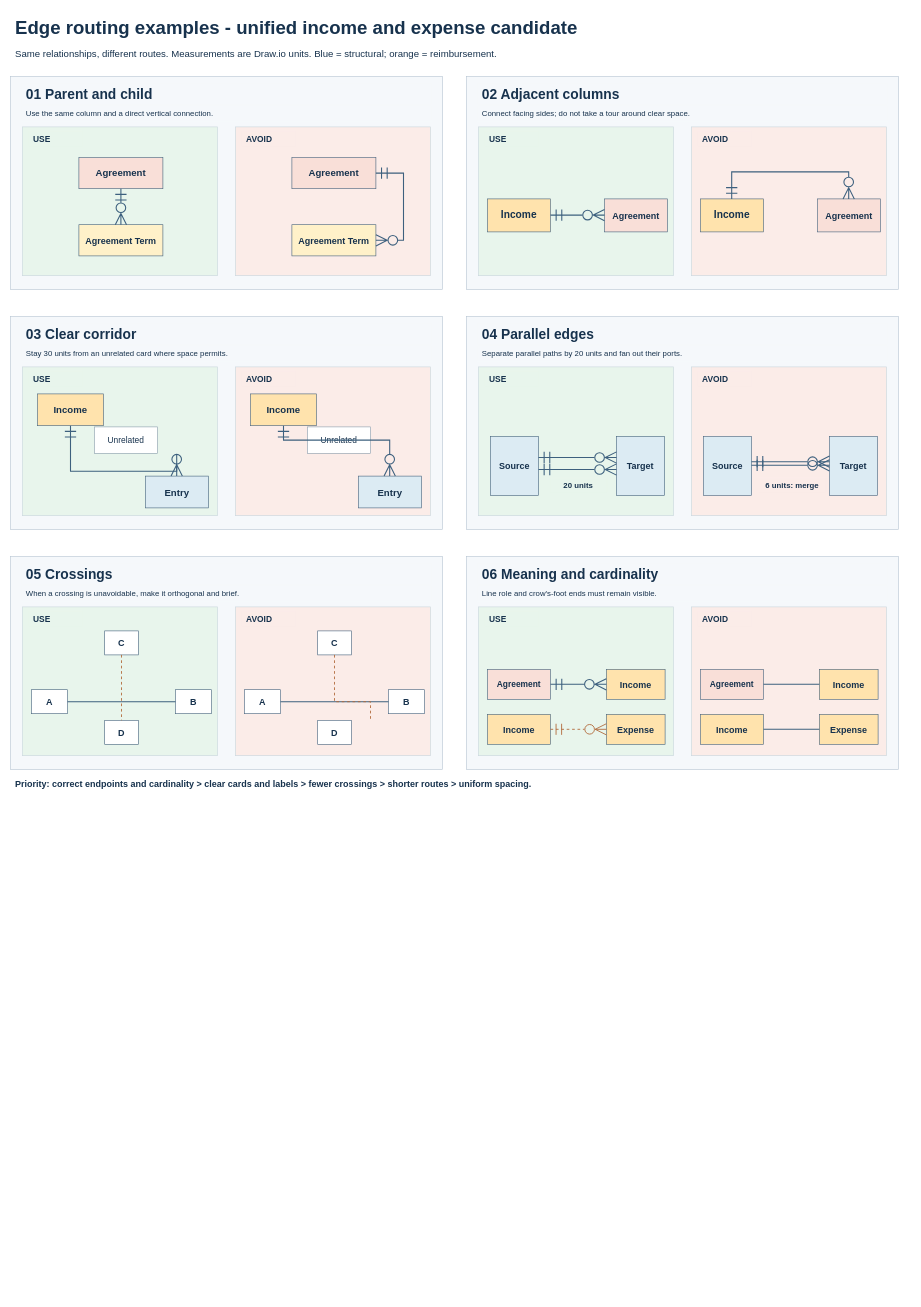
Before: projects/financial-workspace/exp-model/relationships/edge-style-examples.drawio in amadou-6e/specs, a draw.io diagram. Source tidied: cells renumbered, new cells numbered last; positions are measured from the earlier drawing's top-left corner, leaving out a move shared by most shapes. Both pictures are drawn from the tidied source at 60%, with x=0, y=0 at pixel (10, 10).
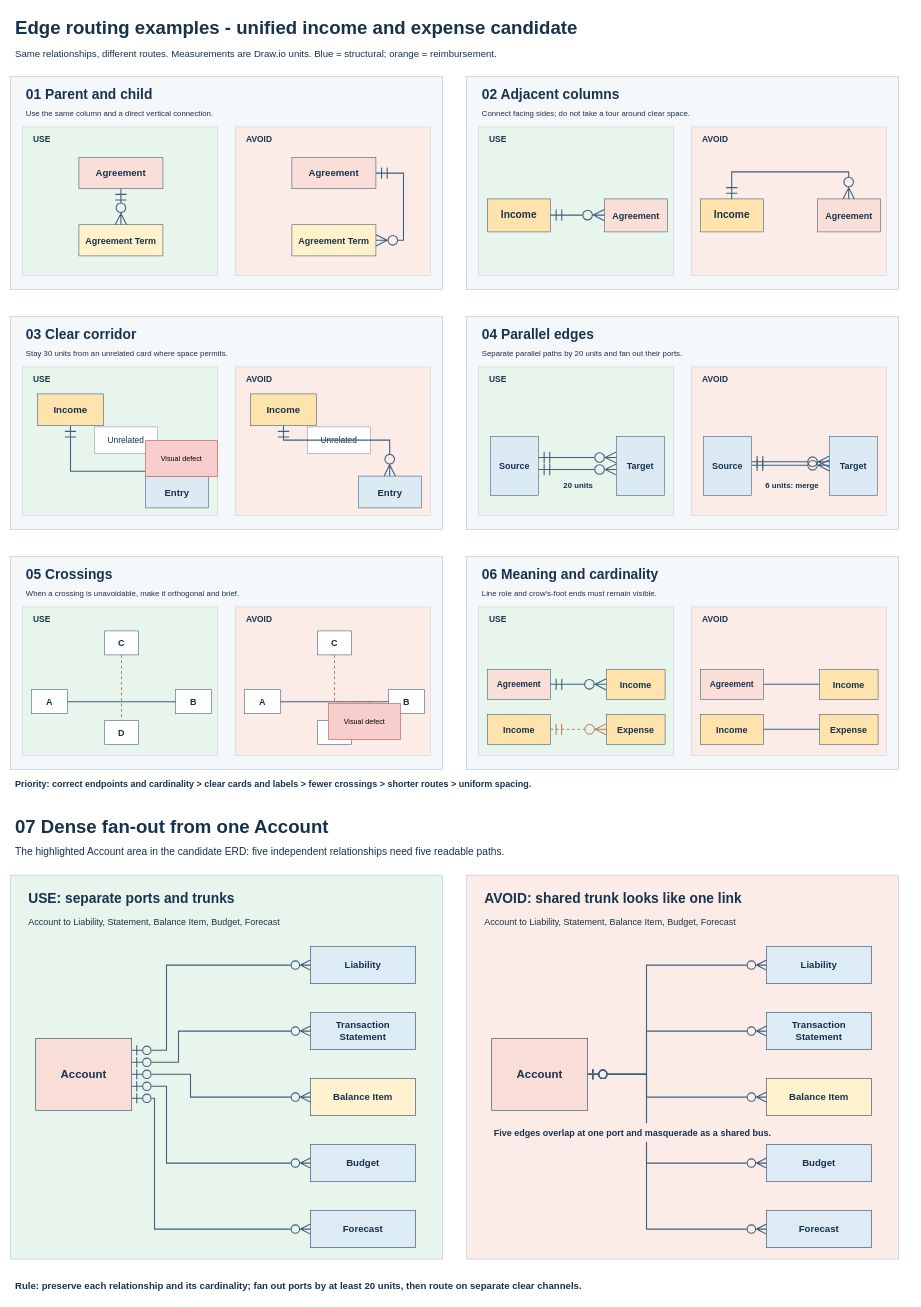
After the change.

Commit message (it also covers changes not shown here):
Consolidate edge examples into annotated Drawio

Change to the diagram source:
```diff
@@
+    <mxCell id="101" value="Visual defect" style="rounded=0;whiteSpace=wrap;html=1;fillColor=#f8cecc;strokeColor=#b85450;" parent="1" vertex="1">
+      <mxGeometry x="225" y="717" width="120" height="60" as="geometry" />
+    </mxCell>
+    <mxCell id="102" value="Visual defect" style="rounded=0;whiteSpace=wrap;html=1;fillColor=#f8cecc;strokeColor=#b85450;" parent="1" vertex="1">
+      <mxGeometry x="530" y="1155" width="120" height="60" as="geometry" />
+    </mxCell>
+    <mxCell id="103" value="07  Dense fan-out from one Account" style="rounded=0;whiteSpace=wrap;html=1;fillColor=#FFFFFF;strokeColor=#FFFFFF;fontColor=#17324D;fontSize=31;fontStyle=1;align=left;verticalAlign=middle;spacing=8;" parent="1" vertex="1">
+      <mxGeometry y="1335" width="1500" height="52" as="geometry" />
+    </mxCell>
+    <mxCell id="104" value="The highlighted Account area in the candidate ERD: five independent relationships need five readable paths." style="rounded=0;whiteSpace=wrap;html=1;fillColor=#FFFFFF;strokeColor=#FFFFFF;fontColor=#17324D;fontSize=17;fontStyle=0;align=left;verticalAlign=middle;spacing=8;" parent="1" vertex="1">
+      <mxGeometry y="1387" width="1500" height="31" as="geometry" />
+    </mxCell>
+    <mxCell id="105" style="rounded=0;whiteSpace=wrap;html=1;fillColor=#E8F5EC;strokeColor=#B8C9D4;fontColor=#17324D;fontSize=12;fontStyle=0;align=center;verticalAlign=middle;spacing=8;" parent="1" vertex="1">
+      <mxGeometry y="1441" width="720" height="640" as="geometry" />
+    </mxCell>
+    <mxCell id="106" value="USE: separate ports and trunks" style="rounded=0;whiteSpace=wrap;html=1;fillColor=#E8F5EC;strokeColor=#E8F5EC;fontColor=#17324D;fontSize=23;fontStyle=1;align=left;verticalAlign=middle;spacing=8;" parent="1" vertex="1">
+      <mxGeometry x="22" y="1461" width="675" height="38" as="geometry" />
+    </mxCell>
+    <mxCell id="107" value="Account to Liability, Statement, Balance Item, Budget, Forecast" style="rounded=0;whiteSpace=wrap;html=1;fillColor=#E8F5EC;strokeColor=#E8F5EC;fontColor=#17324D;fontSize=15;fontStyle=0;align=left;verticalAlign=middle;spacing=8;" parent="1" vertex="1">
+      <mxGeometry x="22" y="1504" width="675" height="29" as="geometry" />
+    </mxCell>
+    <mxCell id="108" value="Account" style="rounded=0;whiteSpace=wrap;html=1;fillColor=#F9DDD7;strokeColor=#294968;fontColor=#17324D;fontSize=19;fontStyle=1;align=center;verticalAlign=middle;spacing=8;" parent="1" vertex="1">
+      <mxGeometry x="42" y="1713" width="160" height="120" as="geometry" />
+    </mxCell>
+    <mxCell id="109" value="Liability" style="rounded=0;whiteSpace=wrap;html=1;fillColor=#DDEBF4;strokeColor=#294968;fontColor=#17324D;fontSize=16;fontStyle=1;align=center;verticalAlign=middle;spacing=8;" parent="1" vertex="1">
+      <mxGeometry x="500" y="1560" width="175" height="62" as="geometry" />
+    </mxCell>
+    <mxCell id="110" value="Transaction Statement" style="rounded=0;whiteSpace=wrap;html=1;fillColor=#DDEBF4;strokeColor=#294968;fontColor=#17324D;fontSize=16;fontStyle=1;align=center;verticalAlign=middle;spacing=8;" parent="1" vertex="1">
+      <mxGeometry x="500" y="1670" width="175" height="62" as="geometry" />
+    </mxCell>
+    <mxCell id="111" value="Balance Item" style="rounded=0;whiteSpace=wrap;html=1;fillColor=#FFF2CE;strokeColor=#294968;fontColor=#17324D;fontSize=16;fontStyle=1;align=center;verticalAlign=middle;spacing=8;" parent="1" vertex="1">
+      <mxGeometry x="500" y="1780" width="175" height="62" as="geometry" />
+    </mxCell>
+    <mxCell id="112" value="Budget" style="rounded=0;whiteSpace=wrap;html=1;fillColor=#DDEBF4;strokeColor=#294968;fontColor=#17324D;fontSize=16;fontStyle=1;align=center;verticalAlign=middle;spacing=8;" parent="1" vertex="1">
+      <mxGeometry x="500" y="1890" width="175" height="62" as="geometry" />
+    </mxCell>
+    <mxCell id="113" value="Forecast" style="rounded=0;whiteSpace=wrap;html=1;fillColor=#DDEBF4;strokeColor=#294968;fontColor=#17324D;fontSize=16;fontStyle=1;align=center;verticalAlign=middle;spacing=8;" parent="1" vertex="1">
+      <mxGeometry x="500" y="2000" width="175" height="62" as="geometry" />
+    </mxCell>
+    <mxCell id="114" style="edgeStyle=segmentEdgeStyle;rounded=0;html=1;strokeColor=#3D607E;strokeWidth=1.8;startArrow=ERzeroToOne;endArrow=ERzeroToMany;startSize=14;endSize=14;startFill=0;endFill=0;" parent="1" edge="1">
+      <mxGeometry relative="1" as="geometry">
+        <mxPoint x="202" y="1733" as="sourcePoint" />
+        <mxPoint x="500" y="1591" as="targetPoint" />
+        <Array as="points">
+          <mxPoint x="260" y="1733" />
+          <mxPoint x="260" y="1591" />
+        </Array>
+      </mxGeometry>
+    </mxCell>
+    <mxCell id="115" style="edgeStyle=segmentEdgeStyle;rounded=0;html=1;strokeColor=#3D607E;strokeWidth=1.8;startArrow=ERzeroToOne;endArrow=ERzeroToMany;startSize=14;endSize=14;startFill=0;endFill=0;" parent="1" edge="1">
+      <mxGeometry relative="1" as="geometry">
+        <mxPoint x="202" y="1753" as="sourcePoint" />
+        <mxPoint x="500" y="1701" as="targetPoint" />
+        <Array as="points">
+          <mxPoint x="280" y="1753" />
+          <mxPoint x="280" y="1701" />
+        </Array>
+      </mxGeometry>
+    </mxCell>
+    <mxCell id="116" style="edgeStyle=segmentEdgeStyle;rounded=0;html=1;strokeColor=#3D607E;strokeWidth=1.8;startArrow=ERzeroToOne;endArrow=ERzeroToMany;startSize=14;endSize=14;startFill=0;endFill=0;" parent="1" edge="1">
+      <mxGeometry relative="1" as="geometry">
+        <mxPoint x="202" y="1773" as="sourcePoint" />
+        <mxPoint x="500" y="1811" as="targetPoint" />
+        <Array as="points">
+          <mxPoint x="300" y="1773" />
+          <mxPoint x="300" y="1811" />
+        </Array>
+      </mxGeometry>
+    </mxCell>
+    <mxCell id="117" style="edgeStyle=segmentEdgeStyle;rounded=0;html=1;strokeColor=#3D607E;strokeWidth=1.8;startArrow=ERzeroToOne;endArrow=ERzeroToMany;startSize=14;endSize=14;startFill=0;endFill=0;" parent="1" edge="1">
+      <mxGeometry relative="1" as="geometry">
+        <mxPoint x="202" y="1793" as="sourcePoint" />
+        <mxPoint x="500" y="1921" as="targetPoint" />
+        <Array as="points">
+          <mxPoint x="260" y="1793" />
+          <mxPoint x="260" y="1921" />
+        </Array>
+      </mxGeometry>
+    </mxCell>
+    <mxCell id="118" style="edgeStyle=segmentEdgeStyle;rounded=0;html=1;strokeColor=#3D607E;strokeWidth=1.8;startArrow=ERzeroToOne;endArrow=ERzeroToMany;startSize=14;endSize=14;startFill=0;endFill=0;" parent="1" edge="1">
+      <mxGeometry relative="1" as="geometry">
+        <mxPoint x="202" y="1813" as="sourcePoint" />
+        <mxPoint x="500" y="2031" as="targetPoint" />
+        <Array as="points">
+          <mxPoint x="240" y="1813" />
+          <mxPoint x="240" y="2031" />
+        </Array>
+      </mxGeometry>
+    </mxCell>
+    <mxCell id="119" style="rounded=0;whiteSpace=wrap;html=1;fillColor=#FBECE8;strokeColor=#B8C9D4;fontColor=#17324D;fontSize=12;fontStyle=0;align=center;verticalAlign=middle;spacing=8;" parent="1" vertex="1">
+      <mxGeometry x="760" y="1441" width="720" height="640" as="geometry" />
+    </mxCell>
+    <mxCell id="120" value="AVOID: shared trunk looks like one link" style="rounded=0;whiteSpace=wrap;html=1;fillColor=#FBECE8;strokeColor=#FBECE8;fontColor=#17324D;fontSize=23;fontStyle=1;align=left;verticalAlign=middle;spacing=8;" parent="1" vertex="1">
+      <mxGeometry x="782" y="1461" width="675" height="38" as="geometry" />
+    </mxCell>
+    <mxCell id="121" value="Account to Liability, Statement, Balance Item, Budget, Forecast" style="rounded=0;whiteSpace=wrap;html=1;fillColor=#FBECE8;strokeColor=#FBECE8;fontColor=#17324D;fontSize=15;fontStyle=0;align=left;verticalAlign=middle;spacing=8;" parent="1" vertex="1">
+      <mxGeometry x="782" y="1504" width="675" height="29" as="geometry" />
+    </mxCell>
+    <mxCell id="122" value="Account" style="rounded=0;whiteSpace=wrap;html=1;fillColor=#F9DDD7;strokeColor=#294968;fontColor=#17324D;fontSize=19;fontStyle=1;align=center;verticalAlign=middle;spacing=8;" parent="1" vertex="1">
+      <mxGeometry x="802" y="1713" width="160" height="120" as="geometry" />
+    </mxCell>
+    <mxCell id="123" value="Liability" style="rounded=0;whiteSpace=wrap;html=1;fillColor=#DDEBF4;strokeColor=#294968;fontColor=#17324D;fontSize=16;fontStyle=1;align=center;verticalAlign=middle;spacing=8;" parent="1" vertex="1">
+      <mxGeometry x="1260" y="1560" width="175" height="62" as="geometry" />
+    </mxCell>
+    <mxCell id="124" value="Transaction Statement" style="rounded=0;whiteSpace=wrap;html=1;fillColor=#DDEBF4;strokeColor=#294968;fontColor=#17324D;fontSize=16;fontStyle=1;align=center;verticalAlign=middle;spacing=8;" parent="1" vertex="1">
+      <mxGeometry x="1260" y="1670" width="175" height="62" as="geometry" />
+    </mxCell>
+    <mxCell id="125" value="Balance Item" style="rounded=0;whiteSpace=wrap;html=1;fillColor=#FFF2CE;strokeColor=#294968;fontColor=#17324D;fontSize=16;fontStyle=1;align=center;verticalAlign=middle;spacing=8;" parent="1" vertex="1">
+      <mxGeometry x="1260" y="1780" width="175" height="62" as="geometry" />
+    </mxCell>
+    <mxCell id="126" value="Budget" style="rounded=0;whiteSpace=wrap;html=1;fillColor=#DDEBF4;strokeColor=#294968;fontColor=#17324D;fontSize=16;fontStyle=1;align=center;verticalAlign=middle;spacing=8;" parent="1" vertex="1">
+      <mxGeometry x="1260" y="1890" width="175" height="62" as="geometry" />
+    </mxCell>
+    <mxCell id="127" value="Forecast" style="rounded=0;whiteSpace=wrap;html=1;fillColor=#DDEBF4;strokeColor=#294968;fontColor=#17324D;fontSize=16;fontStyle=1;align=center;verticalAlign=middle;spacing=8;" parent="1" vertex="1">
+      <mxGeometry x="1260" y="2000" width="175" height="62" as="geometry" />
+    </mxCell>
+    <mxCell id="128" style="edgeStyle=segmentEdgeStyle;rounded=0;html=1;strokeColor=#3D607E;strokeWidth=1.8;startArrow=ERzeroToOne;endArrow=ERzeroToMany;startSize=14;endSize=14;startFill=0;endFill=0;" parent="1" edge="1">
+      <mxGeometry relative="1" as="geometry">
+        <mxPoint x="962" y="1773" as="sourcePoint" />
+        <mxPoint x="1260" y="1591" as="targetPoint" />
+        <Array as="points">
+          <mxPoint x="1060" y="1773" />
+          <mxPoint x="1060" y="1591" />
+        </Array>
+      </mxGeometry>
+    </mxCell>
+    <mxCell id="129" style="edgeStyle=segmentEdgeStyle;rounded=0;html=1;strokeColor=#3D607E;strokeWidth=1.8;startArrow=ERzeroToOne;endArrow=ERzeroToMany;startSize=14;endSize=14;startFill=0;endFill=0;" parent="1" edge="1">
+      <mxGeometry relative="1" as="geometry">
+        <mxPoint x="962" y="1773" as="sourcePoint" />
+        <mxPoint x="1260" y="1701" as="targetPoint" />
+        <Array as="points">
+          <mxPoint x="1060" y="1773" />
+          <mxPoint x="1060" y="1701" />
+        </Array>
+      </mxGeometry>
+    </mxCell>
+    <mxCell id="130" style="edgeStyle=segmentEdgeStyle;rounded=0;html=1;strokeColor=#3D607E;strokeWidth=1.8;startArrow=ERzeroToOne;endArrow=ERzeroToMany;startSize=14;endSize=14;startFill=0;endFill=0;" parent="1" edge="1">
+      <mxGeometry relative="1" as="geometry">
+        <mxPoint x="962" y="1773" as="sourcePoint" />
+        <mxPoint x="1260" y="1811" as="targetPoint" />
+        <Array as="points">
+          <mxPoint x="1060" y="1773" />
+          <mxPoint x="1060" y="1811" />
+        </Array>
+      </mxGeometry>
+    </mxCell>
+    <mxCell id="131" style="edgeStyle=segmentEdgeStyle;rounded=0;html=1;strokeColor=#3D607E;strokeWidth=1.8;startArrow=ERzeroToOne;endArrow=ERzeroToMany;startSize=14;endSize=14;startFill=0;endFill=0;" parent="1" edge="1">
+      <mxGeometry relative="1" as="geometry">
+        <mxPoint x="962" y="1773" as="sourcePoint" />
+        <mxPoint x="1260" y="1921" as="targetPoint" />
+        <Array as="points">
+          <mxPoint x="1060" y="1773" />
+          <mxPoint x="1060" y="1921" />
+        </Array>
+      </mxGeometry>
+    </mxCell>
+    <mxCell id="132" style="edgeStyle=segmentEdgeStyle;rounded=0;html=1;strokeColor=#3D607E;strokeWidth=1.8;startArrow=ERzeroToOne;endArrow=ERzeroToMany;startSize=14;endSize=14;startFill=0;endFill=0;" parent="1" edge="1">
+      <mxGeometry relative="1" as="geometry">
+        <mxPoint x="962" y="1773" as="sourcePoint" />
+        <mxPoint x="1260" y="2031" as="targetPoint" />
+        <Array as="points">
+          <mxPoint x="1060" y="1773" />
+          <mxPoint x="1060" y="2031" />
+        </Array>
+      </mxGeometry>
+    </mxCell>
+    <mxCell id="133" value="Five edges overlap at one port and masquerade as a shared bus." style="rounded=0;whiteSpace=wrap;html=1;fillColor=#FBECE8;strokeColor=#FBECE8;fontColor=#17324D;fontSize=15;fontStyle=1;align=left;verticalAlign=middle;spacing=8;" parent="1" vertex="1">
+      <mxGeometry x="798" y="1855" width="620" height="30" as="geometry" />
+    </mxCell>
+    <mxCell id="134" value="Rule: preserve each relationship and its cardinality; fan out ports by at least 20 units, then route on separate clear channels." style="rounded=0;whiteSpace=wrap;html=1;fillColor=#FFFFFF;strokeColor=#FFFFFF;fontColor=#17324D;fontSize=16;fontStyle=1;align=left;verticalAlign=middle;spacing=8;" parent="1" vertex="1">
+      <mxGeometry y="2108" width="1500" height="36" as="geometry" />
+    </mxCell>
```
